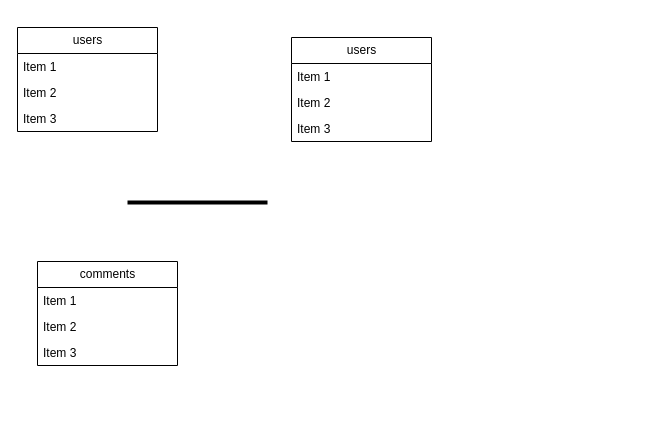
Before: climbing.dio in fuku0717/climbing_app, a draw.io diagram. Source tidied: cells renumbered, new cells numbered last; positions are measured from the earlier drawing's top-left corner, leaving out a move shared by most shapes. Both pictures are drawn from the tidied source at 100%, with x=0, y=0 at pixel (17, 27).
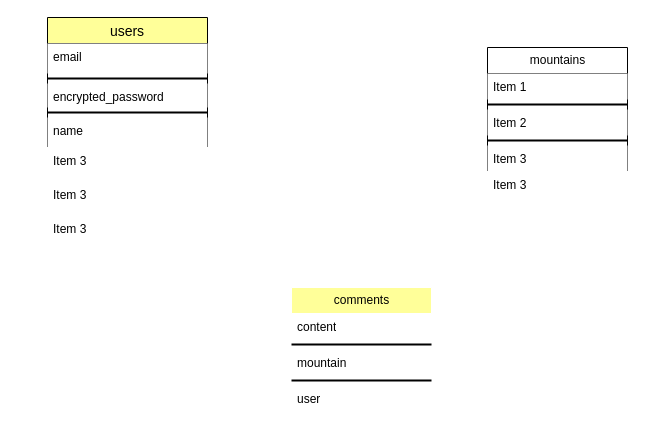
Above is the later version.

What changed in the source:
```diff
@@
-    <mxCell id="2" value="comments" style="swimlane;fontStyle=0;horizontal=1;startSize=26;fillColor=none;html=1;" parent="1" vertex="1">
-      <mxGeometry x="20" y="234" width="140" height="104" as="geometry" />
+    <mxCell id="2" value="&lt;font color=&quot;#000000&quot;&gt;comments&lt;/font&gt;" style="swimlane;fontStyle=0;horizontal=1;startSize=26;fillColor=#FFFF99;html=1;strokeColor=#FFFFFF;" parent="1" vertex="1">
+      <mxGeometry x="274" y="260" width="140" height="124" as="geometry" />
     </mxCell>
-    <mxCell id="3" value="Item 1" style="text;strokeColor=none;fillColor=none;align=left;verticalAlign=top;spacingLeft=4;spacingRight=4;overflow=hidden;whiteSpace=wrap;html=1;" parent="2" vertex="1">
+    <mxCell id="3" value="content" style="text;strokeColor=none;fillColor=default;align=left;verticalAlign=top;spacingLeft=4;spacingRight=4;overflow=hidden;whiteSpace=wrap;html=1;labelBackgroundColor=none;" parent="2" vertex="1">
       <mxGeometry y="26" width="140" height="26" as="geometry" />
     </mxCell>
+    <mxCell id="15" style="line;strokeWidth=2;html=1;" parent="2" vertex="1">
+      <mxGeometry y="52" width="140" height="10" as="geometry" />
+    </mxCell>
-    <mxCell id="4" value="Item 2" style="text;strokeColor=none;fillColor=none;align=left;verticalAlign=top;spacingLeft=4;spacingRight=4;overflow=hidden;whiteSpace=wrap;html=1;" parent="2" vertex="1">
-      <mxGeometry y="52" width="140" height="26" as="geometry" />
+    <mxCell id="4" value="mountain" style="text;align=left;verticalAlign=top;spacingLeft=4;spacingRight=4;overflow=hidden;whiteSpace=wrap;html=1;fillColor=default;" parent="2" vertex="1">
+      <mxGeometry y="62" width="140" height="26" as="geometry" />
     </mxCell>
+    <mxCell id="16" style="line;strokeWidth=2;html=1;" parent="2" vertex="1">
+      <mxGeometry y="88" width="140" height="10" as="geometry" />
+    </mxCell>
-    <mxCell id="5" value="Item 3" style="text;strokeColor=none;fillColor=none;align=left;verticalAlign=top;spacingLeft=4;spacingRight=4;overflow=hidden;whiteSpace=wrap;html=1;" parent="2" vertex="1">
-      <mxGeometry y="78" width="140" height="26" as="geometry" />
+    <mxCell id="5" value="user" style="text;align=left;verticalAlign=top;spacingLeft=4;spacingRight=4;overflow=hidden;whiteSpace=wrap;html=1;fillColor=default;" parent="2" vertex="1">
+      <mxGeometry y="98" width="140" height="26" as="geometry" />
     </mxCell>
-    <mxCell id="6" style="line;strokeWidth=4;html=1;perimeter=backbonePerimeter;" parent="1" vertex="1">
-      <mxGeometry x="110" y="170" width="140" height="10" as="geometry" />
-    </mxCell>
-    <mxCell id="7" value="users" style="swimlane;fontStyle=0;horizontal=1;startSize=26;fillColor=none;html=1;" parent="1" vertex="1">
-      <mxGeometry width="140" height="104" as="geometry" />
-    </mxCell>
-    <mxCell id="8" value="Item 1" style="text;strokeColor=none;fillColor=none;align=left;verticalAlign=top;spacingLeft=4;spacingRight=4;overflow=hidden;whiteSpace=wrap;html=1;" parent="7" vertex="1">
-      <mxGeometry y="26" width="140" height="26" as="geometry" />
-    </mxCell>
-    <mxCell id="9" value="Item 2" style="text;strokeColor=none;fillColor=none;align=left;verticalAlign=top;spacingLeft=4;spacingRight=4;overflow=hidden;whiteSpace=wrap;html=1;" parent="7" vertex="1">
-      <mxGeometry y="52" width="140" height="26" as="geometry" />
-    </mxCell>
-    <mxCell id="10" value="Item 3" style="text;strokeColor=none;fillColor=none;align=left;verticalAlign=top;spacingLeft=4;spacingRight=4;overflow=hidden;whiteSpace=wrap;html=1;" parent="7" vertex="1">
-      <mxGeometry y="78" width="140" height="26" as="geometry" />
-    </mxCell>
-    <mxCell id="11" value="users" style="swimlane;fontStyle=0;horizontal=1;startSize=26;fillColor=none;html=1;" parent="1" vertex="1">
-      <mxGeometry x="274" y="10" width="140" height="104" as="geometry" />
+    <mxCell id="11" value="mountains" style="swimlane;fontStyle=0;horizontal=1;startSize=26;fillColor=none;html=1;" parent="1" vertex="1">
+      <mxGeometry x="470" y="20" width="140" height="124" as="geometry" />
     </mxCell>
-    <mxCell id="12" value="Item 1" style="text;strokeColor=none;fillColor=none;align=left;verticalAlign=top;spacingLeft=4;spacingRight=4;overflow=hidden;whiteSpace=wrap;html=1;" parent="11" vertex="1">
+    <mxCell id="12" value="Item 1" style="text;align=left;verticalAlign=top;spacingLeft=4;spacingRight=4;overflow=hidden;whiteSpace=wrap;html=1;fillColor=default;" parent="11" vertex="1">
       <mxGeometry y="26" width="140" height="26" as="geometry" />
     </mxCell>
+    <mxCell id="17" style="line;strokeWidth=2;html=1;" parent="11" vertex="1">
+      <mxGeometry y="52" width="140" height="10" as="geometry" />
+    </mxCell>
-    <mxCell id="13" value="Item 2" style="text;strokeColor=none;fillColor=none;align=left;verticalAlign=top;spacingLeft=4;spacingRight=4;overflow=hidden;whiteSpace=wrap;html=1;" parent="11" vertex="1">
-      <mxGeometry y="52" width="140" height="26" as="geometry" />
+    <mxCell id="13" value="Item 2" style="text;strokeColor=none;fillColor=default;align=left;verticalAlign=top;spacingLeft=4;spacingRight=4;overflow=hidden;whiteSpace=wrap;html=1;" parent="11" vertex="1">
+      <mxGeometry y="62" width="140" height="26" as="geometry" />
     </mxCell>
+    <mxCell id="18" style="line;strokeWidth=2;html=1;" parent="11" vertex="1">
+      <mxGeometry y="88" width="140" height="10" as="geometry" />
+    </mxCell>
-    <mxCell id="14" value="Item 3" style="text;strokeColor=none;fillColor=none;align=left;verticalAlign=top;spacingLeft=4;spacingRight=4;overflow=hidden;whiteSpace=wrap;html=1;" parent="11" vertex="1">
-      <mxGeometry y="78" width="140" height="26" as="geometry" />
+    <mxCell id="14" value="Item 3" style="text;strokeColor=none;fillColor=default;align=left;verticalAlign=top;spacingLeft=4;spacingRight=4;overflow=hidden;whiteSpace=wrap;html=1;" parent="11" vertex="1">
+      <mxGeometry y="98" width="140" height="26" as="geometry" />
     </mxCell>
+    <mxCell id="7" value="users" style="swimlane;fontStyle=0;horizontal=1;startSize=26;align=center;fontSize=14;shadow=0;labelBackgroundColor=none;sketch=0;fillColor=#FFFF99;fontColor=#000000;" parent="1" vertex="1">
+      <mxGeometry x="30" y="-10" width="160" height="130" as="geometry" />
+    </mxCell>
+    <mxCell id="19" value="email" style="text;strokeColor=none;fillColor=default;spacingLeft=4;spacingRight=4;overflow=hidden;fontSize=12;shadow=0;labelBackgroundColor=none;sketch=0;" parent="7" vertex="1">
+      <mxGeometry y="26" width="160" height="30" as="geometry" />
+    </mxCell>
+    <mxCell id="20" style="line;strokeWidth=2;html=1;" parent="7" vertex="1">
+      <mxGeometry y="56" width="160" height="10" as="geometry" />
+    </mxCell>
+    <mxCell id="21" value="encrypted_password" style="text;strokeColor=none;fillColor=default;spacingLeft=4;spacingRight=4;overflow=hidden;fontSize=12;shadow=0;labelBackgroundColor=none;sketch=0;" parent="7" vertex="1">
+      <mxGeometry y="66" width="160" height="24" as="geometry" />
+    </mxCell>
+    <mxCell id="22" style="line;strokeWidth=2;html=1;" parent="7" vertex="1">
+      <mxGeometry y="90" width="160" height="10" as="geometry" />
+    </mxCell>
+    <mxCell id="23" value="name" style="text;strokeColor=none;fillColor=default;spacingLeft=4;spacingRight=4;overflow=hidden;fontSize=12;shadow=0;labelBackgroundColor=none;sketch=0;" parent="7" vertex="1">
+      <mxGeometry y="100" width="160" height="30" as="geometry" />
+    </mxCell>
+    <mxCell id="24" value="Item 3" style="text;strokeColor=#FFFFFF;fillColor=default;align=left;verticalAlign=top;spacingLeft=4;spacingRight=4;overflow=hidden;whiteSpace=wrap;html=1;" parent="1" vertex="1">
+      <mxGeometry x="470" y="144" width="140" height="26" as="geometry" />
+    </mxCell>
+    <mxCell id="25" value="Item 3" style="text;strokeColor=#FFFFFF;fillColor=default;align=left;verticalAlign=top;spacingLeft=4;spacingRight=4;overflow=hidden;whiteSpace=wrap;html=1;" parent="1" vertex="1">
+      <mxGeometry x="30" y="120" width="160" height="34" as="geometry" />
+    </mxCell>
+    <mxCell id="26" value="Item 3" style="text;strokeColor=#FFFFFF;fillColor=default;align=left;verticalAlign=top;spacingLeft=4;spacingRight=4;overflow=hidden;whiteSpace=wrap;html=1;" parent="1" vertex="1">
+      <mxGeometry x="30" y="154" width="160" height="34" as="geometry" />
+    </mxCell>
+    <mxCell id="27" value="Item 3" style="text;strokeColor=#FFFFFF;fillColor=default;align=left;verticalAlign=top;spacingLeft=4;spacingRight=4;overflow=hidden;whiteSpace=wrap;html=1;" parent="1" vertex="1">
+      <mxGeometry x="30" y="188" width="160" height="34" as="geometry" />
+    </mxCell>
```
